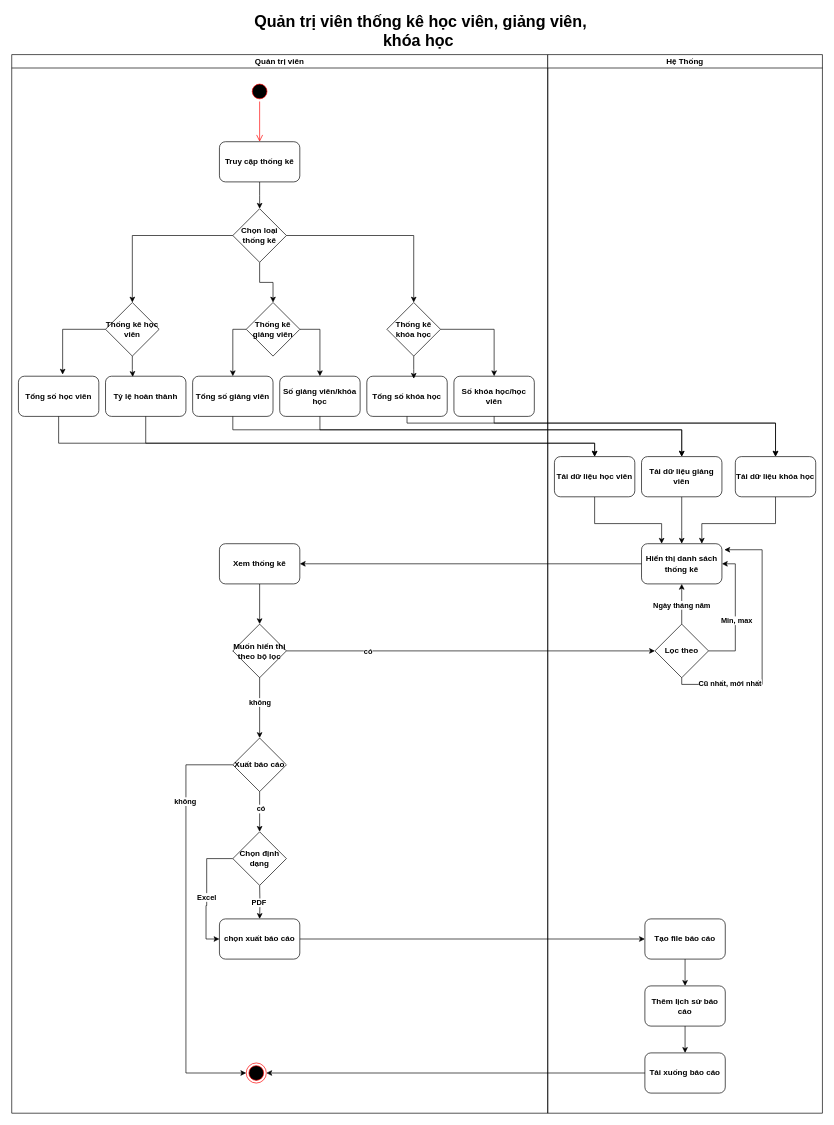
This is document/ActivityDiagram/ManageStatisticalStudent&Instructor&Course-Activity.drawio from toniiplaycode/DNC-Learning, a draw.io file, before an edit. Source tidied: cells renumbered, new cells numbered last; positions are measured from the earlier drawing's top-left corner, leaving out a move shared by most shapes. Both pictures are drawn from the tidied source at 67%, with x=0, y=0 at pixel (11, 21).
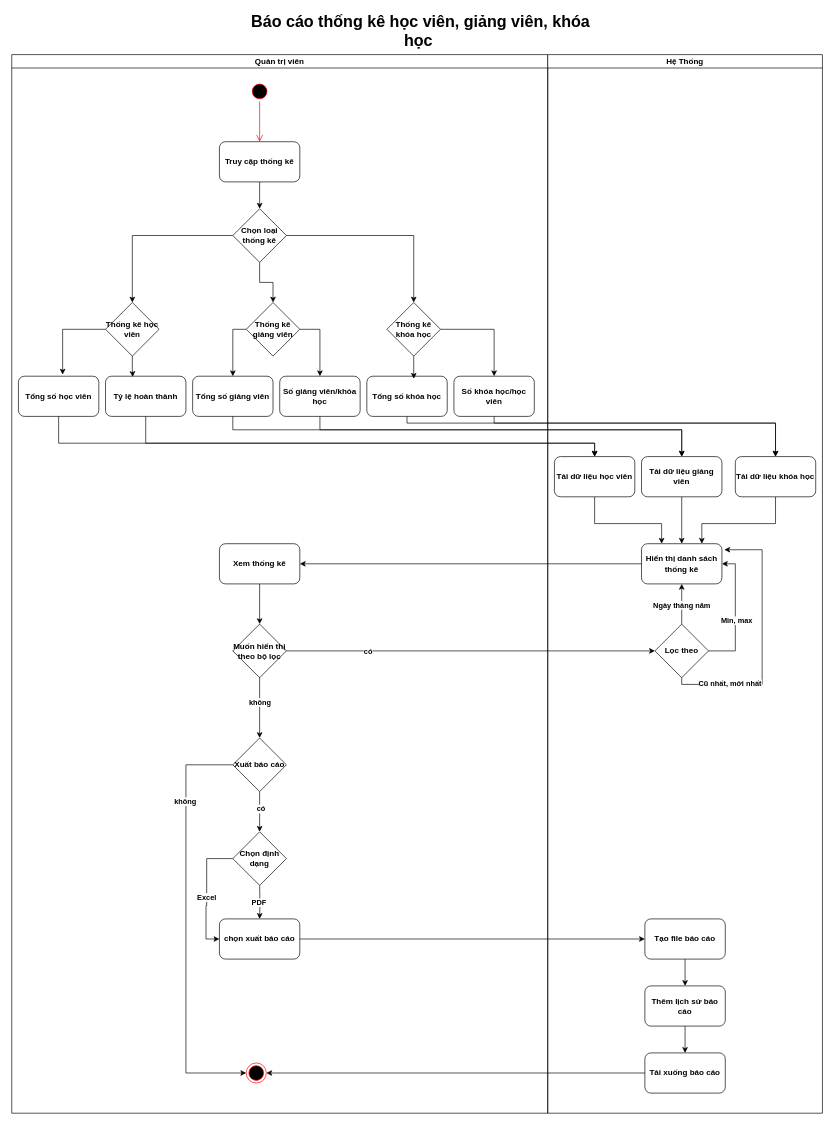
The same page after the edit.

The edit, as a diff of the source:
```diff
@@
-    <mxCell id="63" value="&lt;span style=&quot;font-size: 24px;&quot;&gt;Quản trị viên thống kê học viên, giảng viên, khóa học&amp;nbsp;&lt;/span&gt;" style="text;html=1;align=center;verticalAlign=middle;whiteSpace=wrap;rounded=0;fontStyle=1;" parent="1" vertex="1">
+    <mxCell id="63" value="&lt;span style=&quot;font-size: 24px;&quot;&gt;Báo cáo thống kê học viên, giảng viên, khóa học&amp;nbsp;&lt;/span&gt;" style="text;html=1;align=center;verticalAlign=middle;whiteSpace=wrap;rounded=0;fontStyle=1;" parent="1" vertex="1">
       <mxGeometry x="340" width="541" height="30" as="geometry" />
     </mxCell>
```
